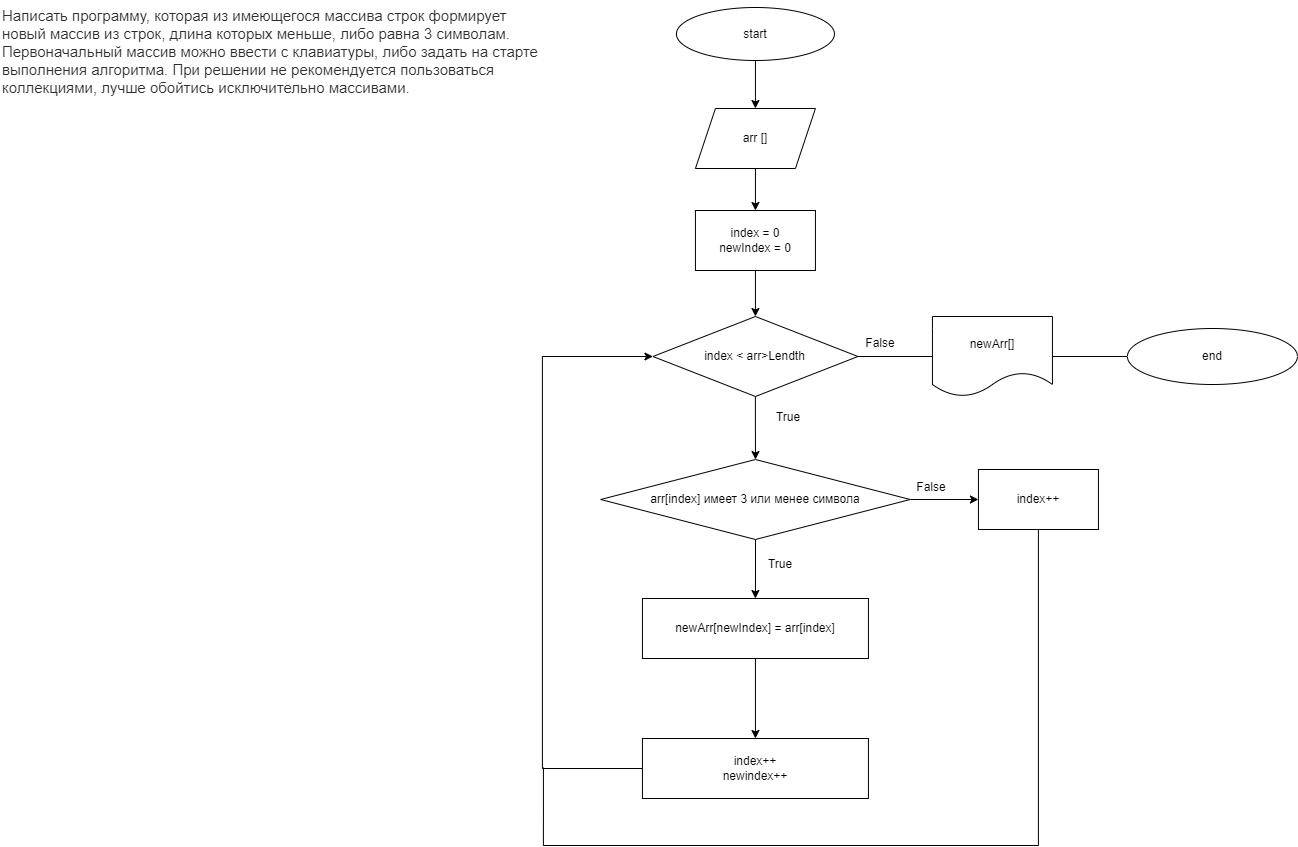
The draw.io diagram Task/diagram.drawio.png in Chasik335/TotalWork, before a commit. Source tidied: cells renumbered, new cells last; positions are measured from the earlier drawing's top-left corner, leaving out a move shared by most shapes. The source it was exported from:
```xml
<mxGraphModel>
  <root>
    <mxCell id="0" />
    <mxCell id="1" parent="0" />
    <mxCell id="2" value="&lt;span style=&quot;color: rgb(44, 45, 48); font-family: Roboto, &amp;quot;San Francisco&amp;quot;, &amp;quot;Helvetica Neue&amp;quot;, Helvetica, Arial; font-size: 15px; font-style: normal; font-variant-ligatures: normal; font-variant-caps: normal; font-weight: 400; letter-spacing: normal; orphans: 2; text-align: start; text-indent: 0px; text-transform: none; widows: 2; word-spacing: 0px; -webkit-text-stroke-width: 0px; background-color: rgb(255, 255, 255); text-decoration-thickness: initial; text-decoration-style: initial; text-decoration-color: initial; float: none; display: inline !important;&quot;&gt;Написать программу, которая из имеющегося массива строк формирует новый массив из строк, длина которых меньше, либо равна 3 символам. Первоначальный массив можно ввести с клавиатуры, либо задать на старте выполнения алгоритма. При решении не рекомендуется пользоваться коллекциями, лучше обойтись исключительно массивами.&lt;/span&gt;" style="text;whiteSpace=wrap;html=1;" parent="1" vertex="1">
      <mxGeometry width="550" height="112" as="geometry" />
    </mxCell>
    <mxCell id="3" style="edgeStyle=orthogonalEdgeStyle;rounded=0;jettySize=auto;html=1;" parent="1" edge="1" source="4" target="6">
      <mxGeometry relative="1" as="geometry" />
    </mxCell>
    <mxCell id="4" value="start" style="ellipse;whiteSpace=wrap;html=1;" parent="1" vertex="1">
      <mxGeometry x="675.9" y="7" width="158" height="53" as="geometry" />
    </mxCell>
    <mxCell id="5" style="edgeStyle=orthogonalEdgeStyle;rounded=0;jettySize=auto;html=1;" parent="1" edge="1" source="6" target="8">
      <mxGeometry relative="1" as="geometry" />
    </mxCell>
    <mxCell id="6" value="arr []" style="shape=parallelogram;perimeter=parallelogramPerimeter;whiteSpace=wrap;html=1;fixedSize=1;" parent="1" vertex="1">
      <mxGeometry x="694.9" y="108" width="120" height="60" as="geometry" />
    </mxCell>
    <mxCell id="7" style="edgeStyle=orthogonalEdgeStyle;rounded=0;jettySize=auto;html=1;" parent="1" edge="1" source="8" target="11">
      <mxGeometry relative="1" as="geometry" />
    </mxCell>
    <mxCell id="8" value="index = 0&lt;br&gt;newIndex = 0" style="whiteSpace=wrap;html=1;" parent="1" vertex="1">
      <mxGeometry x="694.9" y="210" width="120" height="60" as="geometry" />
    </mxCell>
    <mxCell id="9" style="edgeStyle=orthogonalEdgeStyle;rounded=0;jettySize=auto;html=1;" parent="1" edge="1" source="11" target="14">
      <mxGeometry relative="1" as="geometry" />
    </mxCell>
    <mxCell id="10" style="edgeStyle=orthogonalEdgeStyle;rounded=0;jettySize=auto;html=1;endArrow=none;endFill=0;" parent="1" edge="1" source="11" target="23">
      <mxGeometry relative="1" as="geometry" />
    </mxCell>
    <mxCell id="11" value="index &amp;lt; arr&amp;gt;Lendth" style="rhombus;whiteSpace=wrap;html=1;" parent="1" vertex="1">
      <mxGeometry x="652.4" y="316" width="205" height="80" as="geometry" />
    </mxCell>
    <mxCell id="12" style="edgeStyle=orthogonalEdgeStyle;rounded=0;jettySize=auto;html=1;" parent="1" edge="1" source="14" target="17">
      <mxGeometry relative="1" as="geometry" />
    </mxCell>
    <mxCell id="13" style="edgeStyle=orthogonalEdgeStyle;rounded=0;jettySize=auto;html=1;" parent="1" edge="1" source="14" target="21">
      <mxGeometry relative="1" as="geometry" />
    </mxCell>
    <mxCell id="14" value="arr[index] имеет 3 или менее символа" style="rhombus;whiteSpace=wrap;html=1;" parent="1" vertex="1">
      <mxGeometry x="600.2" y="459" width="309.5" height="80" as="geometry" />
    </mxCell>
    <mxCell id="15" value="True" style="text;html=1;strokeColor=none;fillColor=none;align=center;verticalAlign=middle;whiteSpace=wrap;rounded=0;" parent="1" vertex="1">
      <mxGeometry x="757.9" y="402" width="60" height="30" as="geometry" />
    </mxCell>
    <mxCell id="16" style="edgeStyle=orthogonalEdgeStyle;rounded=0;jettySize=auto;html=1;" parent="1" edge="1" source="17" target="19">
      <mxGeometry relative="1" as="geometry" />
    </mxCell>
    <mxCell id="17" value="newArr[newIndex]&amp;nbsp;= arr[index]" style="whiteSpace=wrap;html=1;" parent="1" vertex="1">
      <mxGeometry x="641.9" y="598" width="226" height="60" as="geometry" />
    </mxCell>
    <mxCell id="18" style="edgeStyle=orthogonalEdgeStyle;rounded=0;jettySize=auto;html=1;entryX=0;entryY=0.5;entryDx=0;entryDy=0;" parent="1" edge="1" source="19" target="11">
      <mxGeometry relative="1" as="geometry">
        <Array as="points">
          <mxPoint x="541.9" y="768" />
          <mxPoint x="541.9" y="356" />
        </Array>
      </mxGeometry>
    </mxCell>
    <mxCell id="19" value="index++&lt;br&gt;newindex++" style="whiteSpace=wrap;html=1;" parent="1" vertex="1">
      <mxGeometry x="641.9" y="738" width="226" height="60" as="geometry" />
    </mxCell>
    <mxCell id="20" style="edgeStyle=orthogonalEdgeStyle;rounded=0;jettySize=auto;html=1;endArrow=none;endFill=0;" parent="1" edge="1" source="21">
      <mxGeometry relative="1" as="geometry">
        <mxPoint x="542.9" y="767" as="targetPoint" />
        <Array as="points">
          <mxPoint x="1037.9" y="845" />
          <mxPoint x="542.9" y="845" />
        </Array>
      </mxGeometry>
    </mxCell>
    <mxCell id="21" value="index++" style="whiteSpace=wrap;html=1;" parent="1" vertex="1">
      <mxGeometry x="977.9" y="469" width="120" height="60" as="geometry" />
    </mxCell>
    <mxCell id="22" style="edgeStyle=orthogonalEdgeStyle;rounded=0;jettySize=auto;html=1;endArrow=none;endFill=0;" parent="1" edge="1" source="23" target="24">
      <mxGeometry relative="1" as="geometry" />
    </mxCell>
    <mxCell id="23" value="newArr[]" style="shape=document;whiteSpace=wrap;html=1;boundedLbl=1;" parent="1" vertex="1">
      <mxGeometry x="931.9" y="316" width="120" height="80" as="geometry" />
    </mxCell>
    <mxCell id="24" value="end" style="ellipse;whiteSpace=wrap;html=1;" parent="1" vertex="1">
      <mxGeometry x="1126.9" y="328" width="170" height="56" as="geometry" />
    </mxCell>
    <mxCell id="25" value="True" style="text;html=1;strokeColor=none;fillColor=none;align=center;verticalAlign=middle;whiteSpace=wrap;rounded=0;" parent="1" vertex="1">
      <mxGeometry x="749.9" y="549" width="60" height="30" as="geometry" />
    </mxCell>
    <mxCell id="26" value="False" style="text;html=1;strokeColor=none;fillColor=none;align=center;verticalAlign=middle;whiteSpace=wrap;rounded=0;" parent="1" vertex="1">
      <mxGeometry x="849.7" y="328" width="60" height="30" as="geometry" />
    </mxCell>
    <mxCell id="27" value="False" style="text;html=1;strokeColor=none;fillColor=none;align=center;verticalAlign=middle;whiteSpace=wrap;rounded=0;" parent="1" vertex="1">
      <mxGeometry x="900.9" y="472" width="60" height="30" as="geometry" />
    </mxCell>
  </root>
</mxGraphModel>
```
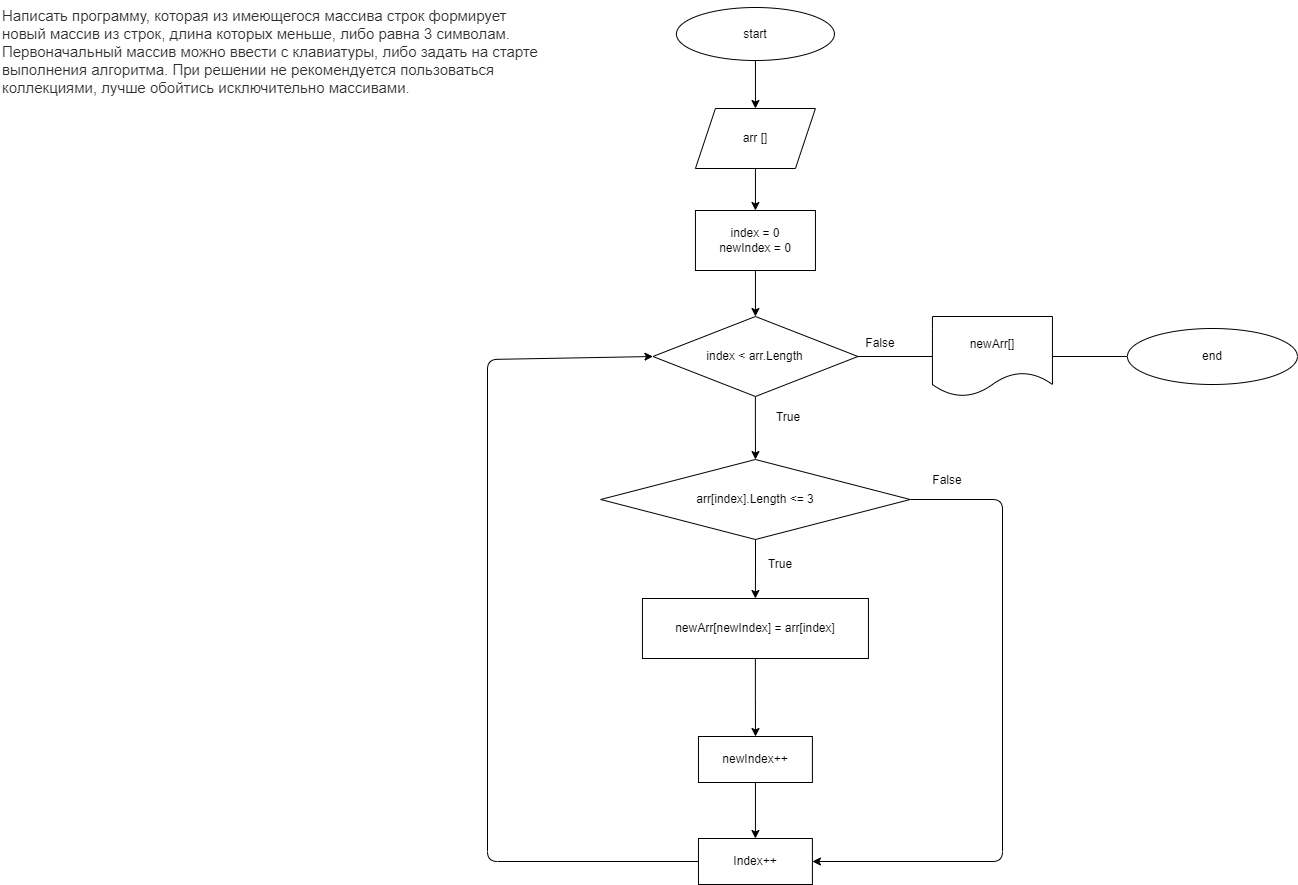
Later version of the same file.

Commit message:
Отредактировал блок схему

Change to the diagram source:
```diff
@@ -29,16 +29,21 @@
     <mxCell id="10" style="edgeStyle=orthogonalEdgeStyle;rounded=0;jettySize=auto;html=1;endArrow=none;endFill=0;" parent="1" edge="1" source="11" target="23">
       <mxGeometry relative="1" as="geometry" />
     </mxCell>
-    <mxCell id="11" value="index &amp;lt; arr&amp;gt;Lendth" style="rhombus;whiteSpace=wrap;html=1;" parent="1" vertex="1">
+    <mxCell id="11" value="index &amp;lt; arr.Length" style="rhombus;whiteSpace=wrap;html=1;" parent="1" vertex="1">
       <mxGeometry x="652.4" y="316" width="205" height="80" as="geometry" />
     </mxCell>
     <mxCell id="12" style="edgeStyle=orthogonalEdgeStyle;rounded=0;jettySize=auto;html=1;" parent="1" edge="1" source="14" target="17">
       <mxGeometry relative="1" as="geometry" />
     </mxCell>
-    <mxCell id="13" style="edgeStyle=orthogonalEdgeStyle;rounded=0;jettySize=auto;html=1;" parent="1" edge="1" source="14" target="21">
-      <mxGeometry relative="1" as="geometry" />
-    </mxCell>
+    <mxCell id="28" style="edgeStyle=none;html=1;entryX=1;entryY=0.5;entryDx=0;entryDy=0;" parent="1" edge="1" source="14" target="31">
+      <mxGeometry relative="1" as="geometry">
+        <Array as="points">
+          <mxPoint x="1002" y="499" />
+          <mxPoint x="1002" y="861" />
+        </Array>
+      </mxGeometry>
+    </mxCell>
-    <mxCell id="14" value="arr[index] имеет 3 или менее символа" style="rhombus;whiteSpace=wrap;html=1;" parent="1" vertex="1">
+    <mxCell id="14" value="arr[index].Length &amp;lt;= 3" style="rhombus;whiteSpace=wrap;html=1;" parent="1" vertex="1">
       <mxGeometry x="600.2" y="459" width="309.5" height="80" as="geometry" />
     </mxCell>
     <mxCell id="15" value="True" style="text;html=1;strokeColor=none;fillColor=none;align=center;verticalAlign=middle;whiteSpace=wrap;rounded=0;" parent="1" vertex="1">
@@ -50,29 +55,12 @@
     <mxCell id="17" value="newArr[newIndex]&amp;nbsp;= arr[index]" style="whiteSpace=wrap;html=1;" parent="1" vertex="1">
       <mxGeometry x="641.9" y="598" width="226" height="60" as="geometry" />
     </mxCell>
-    <mxCell id="18" style="edgeStyle=orthogonalEdgeStyle;rounded=0;jettySize=auto;html=1;entryX=0;entryY=0.5;entryDx=0;entryDy=0;" parent="1" edge="1" source="19" target="11">
-      <mxGeometry relative="1" as="geometry">
-        <Array as="points">
-          <mxPoint x="541.9" y="768" />
-          <mxPoint x="541.9" y="356" />
-        </Array>
-      </mxGeometry>
-    </mxCell>
+    <mxCell id="29" style="edgeStyle=none;html=1;" parent="1" edge="1" source="19" target="31">
+      <mxGeometry relative="1" as="geometry" />
+    </mxCell>
-    <mxCell id="19" value="index++&lt;br&gt;newindex++" style="whiteSpace=wrap;html=1;" parent="1" vertex="1">
-      <mxGeometry x="641.9" y="738" width="226" height="60" as="geometry" />
+    <mxCell id="19" value="newIndex++" style="whiteSpace=wrap;html=1;" parent="1" vertex="1">
+      <mxGeometry x="698" y="736" width="113.9" height="46" as="geometry" />
     </mxCell>
-    <mxCell id="20" style="edgeStyle=orthogonalEdgeStyle;rounded=0;jettySize=auto;html=1;endArrow=none;endFill=0;" parent="1" edge="1" source="21">
-      <mxGeometry relative="1" as="geometry">
-        <mxPoint x="542.9" y="767" as="targetPoint" />
-        <Array as="points">
-          <mxPoint x="1037.9" y="845" />
-          <mxPoint x="542.9" y="845" />
-        </Array>
-      </mxGeometry>
-    </mxCell>
-    <mxCell id="21" value="index++" style="whiteSpace=wrap;html=1;" parent="1" vertex="1">
-      <mxGeometry x="977.9" y="469" width="120" height="60" as="geometry" />
-    </mxCell>
     <mxCell id="22" style="edgeStyle=orthogonalEdgeStyle;rounded=0;jettySize=auto;html=1;endArrow=none;endFill=0;" parent="1" edge="1" source="23" target="24">
       <mxGeometry relative="1" as="geometry" />
     </mxCell>
@@ -89,7 +77,18 @@
       <mxGeometry x="849.7" y="328" width="60" height="30" as="geometry" />
     </mxCell>
     <mxCell id="27" value="False" style="text;html=1;strokeColor=none;fillColor=none;align=center;verticalAlign=middle;whiteSpace=wrap;rounded=0;" parent="1" vertex="1">
-      <mxGeometry x="900.9" y="472" width="60" height="30" as="geometry" />
+      <mxGeometry x="917" y="465" width="60" height="30" as="geometry" />
     </mxCell>
+    <mxCell id="30" style="edgeStyle=none;html=1;entryX=0;entryY=0.5;entryDx=0;entryDy=0;" parent="1" edge="1" source="31" target="11">
+      <mxGeometry relative="1" as="geometry">
+        <Array as="points">
+          <mxPoint x="487" y="861" />
+          <mxPoint x="487" y="359" />
+        </Array>
+      </mxGeometry>
+    </mxCell>
+    <mxCell id="31" value="Index++" style="whiteSpace=wrap;html=1;" parent="1" vertex="1">
+      <mxGeometry x="698" y="838" width="113.9" height="46" as="geometry" />
+    </mxCell>
   </root>
 </mxGraphModel>
```
